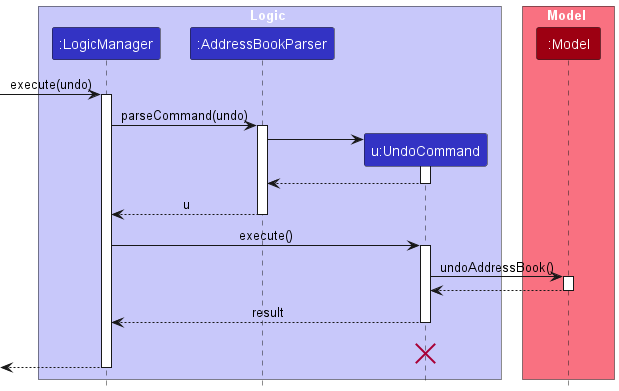
This is docs/images/UndoSequenceDiagram-Logic.png from nus-cs2103-AY2425S1/tp, a PlantUML export, as it was before one commit.
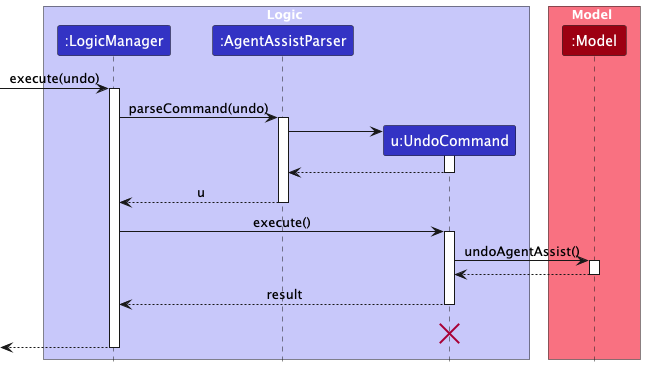
The same file after the commit.

The edit, as a diff of the source:
```diff
@@ -4,7 +4,7 @@
 
 box Logic LOGIC_COLOR_T1
 participant ":LogicManager" as LogicManager LOGIC_COLOR
-participant ":AddressBookParser" as AddressBookParser LOGIC_COLOR
+participant ":AgentAssistParser" as AgentAssistParser LOGIC_COLOR
 participant "u:UndoCommand" as UndoCommand LOGIC_COLOR
 end box
 
@@ -14,23 +14,23 @@
 [-> LogicManager : execute(undo)
 activate LogicManager
 
-LogicManager -> AddressBookParser : parseCommand(undo)
-activate AddressBookParser
+LogicManager -> AgentAssistParser : parseCommand(undo)
+activate AgentAssistParser
 
 create UndoCommand
-AddressBookParser -> UndoCommand
+AgentAssistParser -> UndoCommand
 activate UndoCommand
 
-UndoCommand --> AddressBookParser
+UndoCommand --> AgentAssistParser
 deactivate UndoCommand
 
-AddressBookParser --> LogicManager : u
-deactivate AddressBookParser
+AgentAssistParser --> LogicManager : u
+deactivate AgentAssistParser
 
 LogicManager -> UndoCommand : execute()
 activate UndoCommand
 
-UndoCommand -> Model : undoAddressBook()
+UndoCommand -> Model : undoAgentAssist()
 activate Model
 
 Model --> UndoCommand
```
